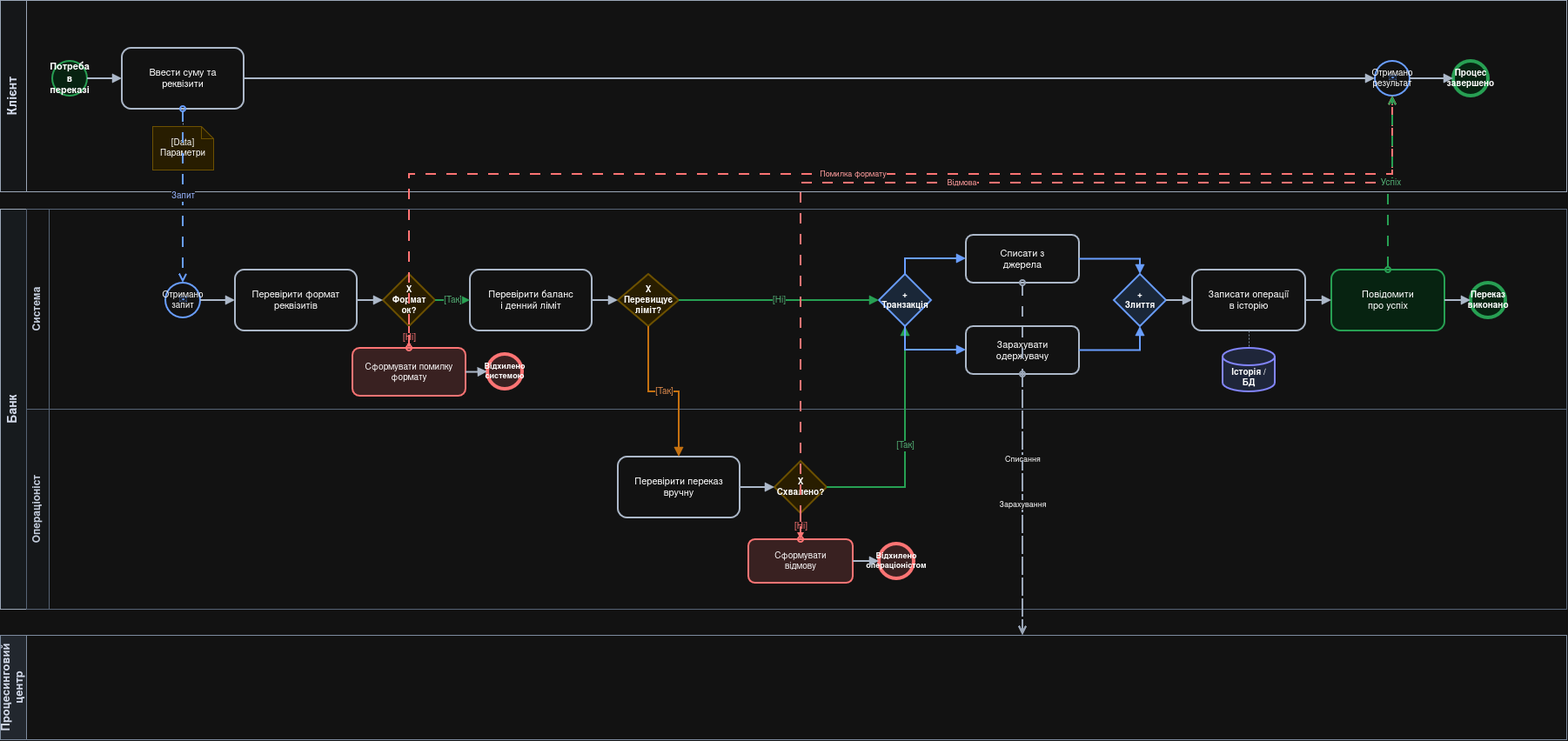
The draw.io diagram docs/sprint1/bpmn/02_process.drawio.png in 0ffmama/FinKit, before a commit. Source tidied: cells renumbered, new cells last; positions are measured from the earlier drawing's top-left corner, leaving out a move shared by most shapes.
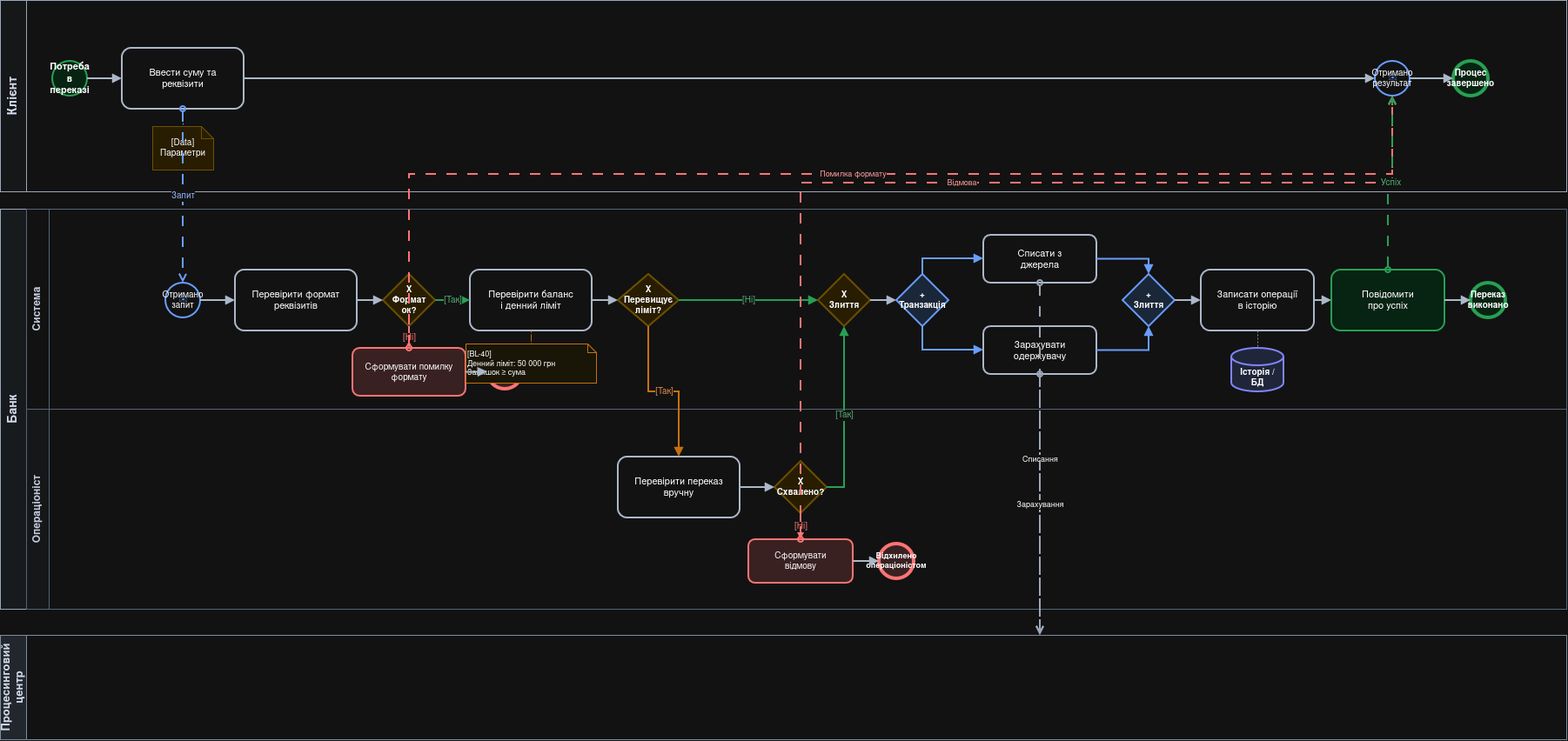
After the change.

The edit, as a diff of the source:
```diff
@@ -56,6 +56,9 @@
     <mxCell id="19" value="Перевірити баланс&#10;і денний ліміт" style="rounded=1;whiteSpace=wrap;html=1;arcSize=15;fillColor=#ffffff;strokeColor=#334155;strokeWidth=2;fontSize=11;" parent="1" vertex="1">
       <mxGeometry x="540" y="310" width="140" height="70" as="geometry" />
     </mxCell>
+    <mxCell id="63" value="[BL-40]&#10;Денний ліміт: 50 000 грн&#10;Залишок ≥ сума" style="shape=note;whiteSpace=wrap;html=1;size=10;verticalAlign=middle;fillColor=#fffbeb;strokeColor=#d97706;strokeWidth=1;fontSize=9;align=left;" parent="1" vertex="1">
+      <mxGeometry x="535" y="395" width="150" height="45" as="geometry" />
+    </mxCell>
     <mxCell id="20" value="X&#10;Перевищує&#10;ліміт?" style="rhombus;whiteSpace=wrap;html=1;fillColor=#fff2cc;strokeColor=#d6b656;strokeWidth=2;fontSize=10;fontStyle=1;" parent="1" vertex="1">
       <mxGeometry x="710" y="315" width="70" height="60" as="geometry" />
     </mxCell>
@@ -71,23 +74,26 @@
     <mxCell id="24" value="Відхилено&#10;операціоністом" style="ellipse;whiteSpace=wrap;html=1;fillColor=#fee2e2;strokeColor=#ef4444;strokeWidth=4;fontSize=9;fontStyle=1;" parent="1" vertex="1">
       <mxGeometry x="1010" y="625" width="40" height="40" as="geometry" />
     </mxCell>
+    <mxCell id="64" value="X&#10;Злиття" style="rhombus;whiteSpace=wrap;html=1;fillColor=#fff2cc;strokeColor=#d6b656;strokeWidth=2;fontSize=10;fontStyle=1;" parent="1" vertex="1">
+      <mxGeometry x="940" y="315" width="60" height="60" as="geometry" />
+    </mxCell>
     <mxCell id="25" value="+&#10;Транзакція" style="rhombus;whiteSpace=wrap;html=1;fillColor=#dbeafe;strokeColor=#2563eb;strokeWidth=2;fontSize=10;fontStyle=1;" parent="1" vertex="1">
-      <mxGeometry x="1010" y="315" width="60" height="60" as="geometry" />
+      <mxGeometry x="1030" y="315" width="60" height="60" as="geometry" />
     </mxCell>
     <mxCell id="26" value="Списати з&#10;джерела" style="rounded=1;whiteSpace=wrap;html=1;arcSize=15;fillColor=#ffffff;strokeColor=#334155;strokeWidth=2;fontSize=11;" parent="1" vertex="1">
-      <mxGeometry x="1110" y="270" width="130" height="55" as="geometry" />
+      <mxGeometry x="1130" y="270" width="130" height="55" as="geometry" />
     </mxCell>
     <mxCell id="27" value="Зарахувати&#10;одержувачу" style="rounded=1;whiteSpace=wrap;html=1;arcSize=15;fillColor=#ffffff;strokeColor=#334155;strokeWidth=2;fontSize=11;" parent="1" vertex="1">
-      <mxGeometry x="1110" y="375" width="130" height="55" as="geometry" />
+      <mxGeometry x="1130" y="375" width="130" height="55" as="geometry" />
     </mxCell>
     <mxCell id="28" value="+&#10;Злиття" style="rhombus;whiteSpace=wrap;html=1;fillColor=#dbeafe;strokeColor=#2563eb;strokeWidth=2;fontSize=10;fontStyle=1;" parent="1" vertex="1">
-      <mxGeometry x="1280" y="315" width="60" height="60" as="geometry" />
+      <mxGeometry x="1290" y="315" width="60" height="60" as="geometry" />
     </mxCell>
     <mxCell id="29" value="Записати операції&#10;в історію" style="rounded=1;whiteSpace=wrap;html=1;arcSize=15;fillColor=#ffffff;strokeColor=#334155;strokeWidth=2;fontSize=11;" parent="1" vertex="1">
-      <mxGeometry x="1370" y="310" width="130" height="70" as="geometry" />
+      <mxGeometry x="1380" y="310" width="130" height="70" as="geometry" />
     </mxCell>
     <mxCell id="30" value="Історія /&#10;БД" style="shape=cylinder3;whiteSpace=wrap;html=1;boundedLbl=1;backgroundOutline=1;size=10;fillColor=#e0e7ff;strokeColor=#6366f1;strokeWidth=2;fontSize=10;fontStyle=1;" parent="1" vertex="1">
-      <mxGeometry x="1405" y="400" width="60" height="50" as="geometry" />
+      <mxGeometry x="1415" y="400" width="60" height="50" as="geometry" />
     </mxCell>
     <mxCell id="31" value="Повідомити&#10;про успіх" style="rounded=1;whiteSpace=wrap;html=1;arcSize=15;fillColor=#dcfce7;strokeColor=#16a34a;strokeWidth=2;fontSize=11;" parent="1" vertex="1">
       <mxGeometry x="1530" y="310" width="130" height="70" as="geometry" />
@@ -130,13 +136,16 @@
     <mxCell id="42" value="[Так]" style="edgeStyle=orthogonalEdgeStyle;rounded=0;html=1;endArrow=block;endFill=1;strokeWidth=2;strokeColor=#16a34a;fontSize=10;fontColor=#15803d;" parent="1" edge="1" source="16" target="19">
       <mxGeometry relative="1" as="geometry" />
     </mxCell>
+    <mxCell id="65" style="edgeStyle=orthogonalEdgeStyle;rounded=0;html=1;dashed=1;dashPattern=2 2;endArrow=none;startArrow=none;strokeColor=#d97706;" parent="1" edge="1" source="19" target="63">
+      <mxGeometry relative="1" as="geometry" />
+    </mxCell>
     <mxCell id="43" style="edgeStyle=orthogonalEdgeStyle;rounded=0;html=1;endArrow=block;endFill=1;strokeWidth=2;strokeColor=#334155;" parent="1" edge="1" source="19" target="20">
       <mxGeometry relative="1" as="geometry" />
     </mxCell>
     <mxCell id="44" value="[Так]" style="edgeStyle=orthogonalEdgeStyle;rounded=0;html=1;endArrow=block;endFill=1;strokeWidth=2;strokeColor=#d97706;fontSize=10;fontColor=#b45309;" parent="1" edge="1" source="20" target="21">
       <mxGeometry relative="1" as="geometry" />
     </mxCell>
-    <mxCell id="45" value="[Ні]" style="edgeStyle=orthogonalEdgeStyle;rounded=0;html=1;endArrow=block;endFill=1;strokeWidth=2;strokeColor=#16a34a;fontSize=10;fontColor=#15803d;" parent="1" edge="1" source="20" target="25">
+    <mxCell id="45" value="[Ні]" style="edgeStyle=orthogonalEdgeStyle;rounded=0;html=1;endArrow=block;endFill=1;strokeWidth=2;strokeColor=#16a34a;fontSize=10;fontColor=#15803d;" parent="1" edge="1" source="20" target="64">
       <mxGeometry relative="1" as="geometry" />
     </mxCell>
     <mxCell id="46" style="edgeStyle=orthogonalEdgeStyle;rounded=0;html=1;endArrow=block;endFill=1;strokeWidth=2;strokeColor=#334155;" parent="1" edge="1" source="21" target="22">
@@ -156,59 +165,62 @@
         </Array>
       </mxGeometry>
     </mxCell>
-    <mxCell id="50" value="[Так]" style="edgeStyle=orthogonalEdgeStyle;rounded=0;html=1;endArrow=block;endFill=1;strokeWidth=2;strokeColor=#16a34a;fontSize=10;fontColor=#15803d;" parent="1" edge="1" source="22" target="25">
+    <mxCell id="50" value="[Так]" style="edgeStyle=orthogonalEdgeStyle;rounded=0;html=1;endArrow=block;endFill=1;strokeWidth=2;strokeColor=#16a34a;fontSize=10;fontColor=#15803d;" parent="1" edge="1" source="22" target="64">
       <mxGeometry relative="1" as="geometry">
         <Array as="points">
-          <mxPoint x="1040" y="560" />
+          <mxPoint x="970" y="560" />
         </Array>
       </mxGeometry>
     </mxCell>
+    <mxCell id="66" style="edgeStyle=orthogonalEdgeStyle;rounded=0;html=1;endArrow=block;endFill=1;strokeWidth=2;strokeColor=#334155;" parent="1" edge="1" source="64" target="25">
+      <mxGeometry relative="1" as="geometry" />
+    </mxCell>
     <mxCell id="51" style="edgeStyle=orthogonalEdgeStyle;rounded=0;html=1;endArrow=block;endFill=1;strokeWidth=2;strokeColor=#2563eb;" parent="1" edge="1" source="25" target="26">
       <mxGeometry relative="1" as="geometry">
         <Array as="points">
-          <mxPoint x="1040" y="297" />
+          <mxPoint x="1060" y="297" />
         </Array>
       </mxGeometry>
     </mxCell>
     <mxCell id="52" style="edgeStyle=orthogonalEdgeStyle;rounded=0;html=1;endArrow=block;endFill=1;strokeWidth=2;strokeColor=#2563eb;" parent="1" edge="1" source="25" target="27">
       <mxGeometry relative="1" as="geometry">
         <Array as="points">
-          <mxPoint x="1040" y="402" />
+          <mxPoint x="1060" y="402" />
         </Array>
       </mxGeometry>
     </mxCell>
     <mxCell id="53" value="Списання" style="edgeStyle=orthogonalEdgeStyle;rounded=0;html=1;dashed=1;dashPattern=6 6;startArrow=oval;startFill=0;endArrow=open;endFill=0;strokeWidth=2;strokeColor=#475569;fontSize=9;" parent="1" edge="1" source="26" target="6">
       <mxGeometry relative="1" as="geometry">
         <Array as="points">
-          <mxPoint x="1175" y="740" />
+          <mxPoint x="1195" y="740" />
         </Array>
       </mxGeometry>
     </mxCell>
     <mxCell id="54" value="Зарахування" style="edgeStyle=orthogonalEdgeStyle;rounded=0;html=1;dashed=1;dashPattern=6 6;startArrow=oval;startFill=0;endArrow=open;endFill=0;strokeWidth=2;strokeColor=#475569;fontSize=9;" parent="1" edge="1" source="27" target="6">
       <mxGeometry relative="1" as="geometry">
         <Array as="points">
-          <mxPoint x="1200" y="740" />
+          <mxPoint x="1220" y="740" />
         </Array>
       </mxGeometry>
     </mxCell>
     <mxCell id="55" style="edgeStyle=orthogonalEdgeStyle;rounded=0;html=1;endArrow=block;endFill=1;strokeWidth=2;strokeColor=#2563eb;" parent="1" edge="1" source="26" target="28">
       <mxGeometry relative="1" as="geometry">
         <Array as="points">
-          <mxPoint x="1310" y="297" />
+          <mxPoint x="1320" y="297" />
         </Array>
       </mxGeometry>
     </mxCell>
     <mxCell id="56" style="edgeStyle=orthogonalEdgeStyle;rounded=0;html=1;endArrow=block;endFill=1;strokeWidth=2;strokeColor=#2563eb;" parent="1" edge="1" source="27" target="28">
       <mxGeometry relative="1" as="geometry">
         <Array as="points">
-          <mxPoint x="1310" y="402" />
+          <mxPoint x="1320" y="402" />
         </Array>
       </mxGeometry>
     </mxCell>
     <mxCell id="57" style="edgeStyle=orthogonalEdgeStyle;rounded=0;html=1;endArrow=block;endFill=1;strokeWidth=2;strokeColor=#334155;" parent="1" edge="1" source="28" target="29">
       <mxGeometry relative="1" as="geometry" />
     </mxCell>
-    <mxCell id="58" style="edgeStyle=orthogonalEdgeStyle;rounded=0;html=1;dashed=1;dashPattern=2 2;endArrow=none;strokeColor=#64748b;" parent="1" edge="1" source="29" target="30">
+    <mxCell id="58" style="edgeStyle=orthogonalEdgeStyle;rounded=0;html=1;dashed=1;dashPattern=2 2;endArrow=none;startArrow=none;strokeColor=#64748b;" parent="1" edge="1" source="29" target="30">
       <mxGeometry relative="1" as="geometry" />
     </mxCell>
     <mxCell id="59" style="edgeStyle=orthogonalEdgeStyle;rounded=0;html=1;endArrow=block;endFill=1;strokeWidth=2;strokeColor=#334155;" parent="1" edge="1" source="29" target="31">
```
